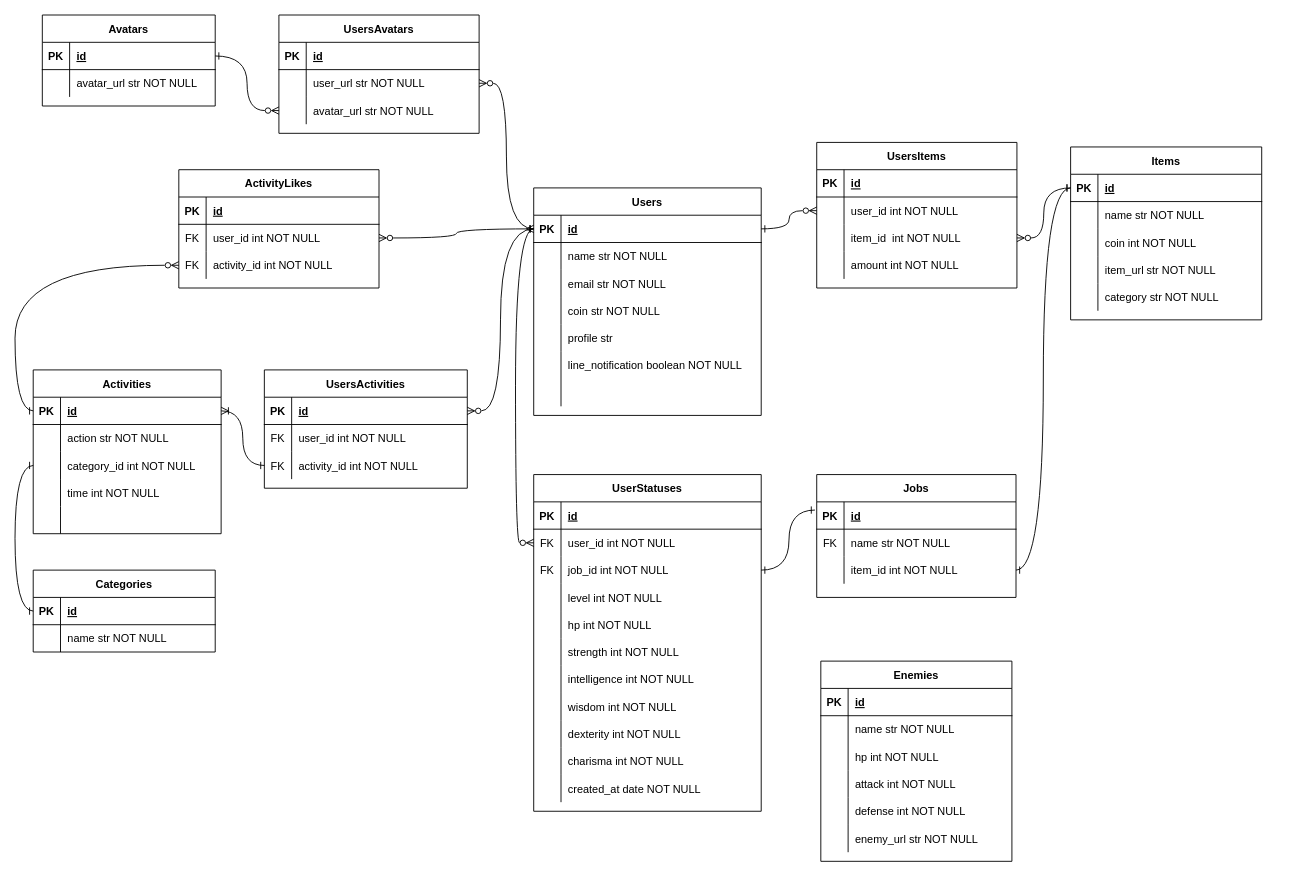
MaTTalv001/MAO_the_3rd_Day keeps this draw.io diagram as MAO_ER.drawio. Above is the earlier version. Source tidied: cells renumbered, new cells numbered last; positions are measured from the earlier drawing's top-left corner, leaving out a move shared by most shapes. Both pictures are drawn from the tidied source at 91%, with x=0, y=0 at pixel (33, 15).
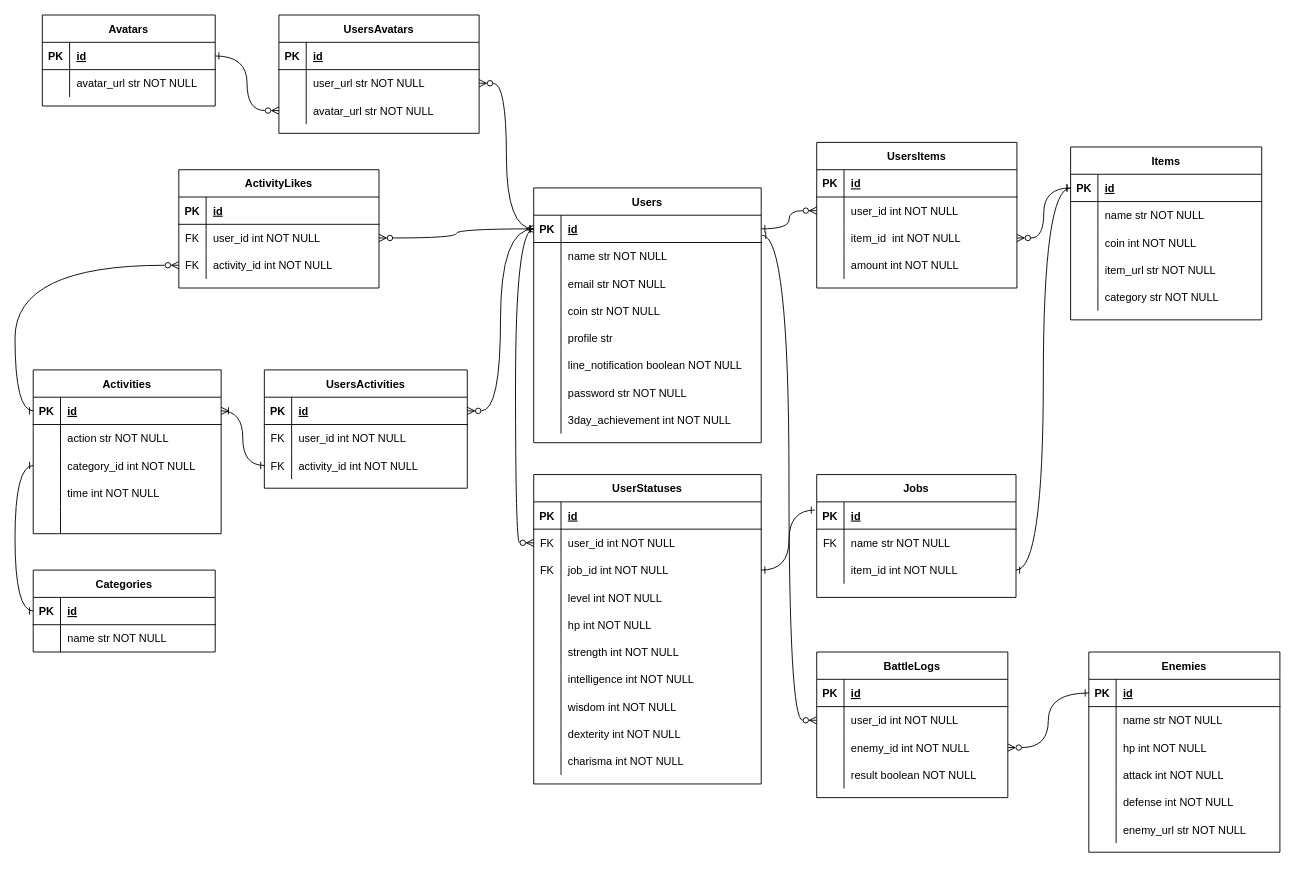
After the change.

Commit message:
MAO_ER.drawio を更新します

Unchanged cells that the change refers to:
```xml
<mxCell id="3" style="shape=partialRectangle;fillColor=none;points=[[0,0.5],[1,0.5]];portConstraint=eastwest;top=0;left=0;right=0;bottom=1;" parent="2" vertex="1">
  <mxGeometry y="30" width="250" height="30" as="geometry" />
</mxCell>
<mxCell id="21" style="shape=partialRectangle;fillColor=none;top=0;left=0;right=0;bottom=0;" parent="2" vertex="1">
  <mxGeometry y="210" width="250" height="30" as="geometry" />
</mxCell>
<mxCell id="115" style="shape=partialRectangle;fillColor=none;points=[[0,0.5],[1,0.5]];portConstraint=eastwest;top=0;left=0;right=0;bottom=1;" parent="114" vertex="1">
  <mxGeometry y="30" width="210" height="30" as="geometry" />
</mxCell>
```

Change to the diagram source:
```diff
@@
     <mxCell id="2" value="Users" style="shape=table;startSize=30;childLayout=tableLayout;rowLines=0;fontStyle=1;align=center;" parent="1" vertex="1">
-      <mxGeometry x="550" y="190" width="250" height="250" as="geometry" />
+      <mxGeometry x="550" y="190" width="250" height="280" as="geometry" />
     </mxCell>
@@
-    <mxCell id="22" style="shape=partialRectangle;overflow=hidden;fillColor=none;top=0;left=0;bottom=0;right=0;" parent="21" vertex="1">
-      <mxGeometry width="30" height="30" as="geometry" />
-    </mxCell>
-    <mxCell id="23" style="shape=partialRectangle;overflow=hidden;fillColor=none;top=0;left=0;bottom=0;right=0;align=left;spacingLeft=6;" parent="21" vertex="1">
-      <mxGeometry x="30" width="220" height="30" as="geometry" />
-    </mxCell>
+    <mxCell id="188" style="shape=partialRectangle;overflow=hidden;fillColor=none;top=0;left=0;bottom=0;right=0;" parent="21" vertex="1">
+      <mxGeometry width="30" height="30" as="geometry" />
+    </mxCell>
+    <mxCell id="189" value="password str NOT NULL" style="shape=partialRectangle;overflow=hidden;fillColor=none;top=0;left=0;bottom=0;right=0;align=left;spacingLeft=6;" parent="21" vertex="1">
+      <mxGeometry x="30" width="220" height="30" as="geometry" />
+    </mxCell>
+    <mxCell id="190" style="shape=partialRectangle;fillColor=none;top=0;left=0;right=0;bottom=0;" parent="2" vertex="1">
+      <mxGeometry y="240" width="250" height="30" as="geometry" />
+    </mxCell>
+    <mxCell id="191" style="shape=partialRectangle;overflow=hidden;fillColor=none;top=0;left=0;bottom=0;right=0;" parent="190" vertex="1">
+      <mxGeometry width="30" height="30" as="geometry" />
+    </mxCell>
+    <mxCell id="192" value="3day_achievement int NOT NULL" style="shape=partialRectangle;overflow=hidden;fillColor=none;top=0;left=0;bottom=0;right=0;align=left;spacingLeft=6;" parent="190" vertex="1">
+      <mxGeometry x="30" width="220" height="30" as="geometry" />
+    </mxCell>
     <mxCell id="24" value="UserStatuses" style="shape=table;startSize=30;childLayout=tableLayout;rowLines=0;fontStyle=1;align=center;" parent="1" vertex="1">
-      <mxGeometry x="550" y="505" width="250" height="370" as="geometry" />
+      <mxGeometry x="550" y="505" width="250" height="340" as="geometry" />
     </mxCell>
@@
-    <mxCell id="55" style="shape=partialRectangle;fillColor=none;top=0;left=0;right=0;bottom=0;" parent="24" vertex="1">
-      <mxGeometry y="330" width="250" height="30" as="geometry" />
-    </mxCell>
-    <mxCell id="56" style="shape=partialRectangle;overflow=hidden;fillColor=none;top=0;left=0;bottom=0;right=0;" parent="55" vertex="1">
-      <mxGeometry width="30" height="30" as="geometry" />
-    </mxCell>
-    <mxCell id="57" value="created_at date NOT NULL" style="shape=partialRectangle;overflow=hidden;fillColor=none;top=0;left=0;bottom=0;right=0;align=left;spacingLeft=6;" parent="55" vertex="1">
-      <mxGeometry x="30" width="220" height="30" as="geometry" />
-    </mxCell>
@@
     <mxCell id="114" value="Enemies" style="shape=table;startSize=30;childLayout=tableLayout;rowLines=0;fontStyle=1;align=center;" parent="1" vertex="1">
-      <mxGeometry x="865.5" y="710" width="210" height="220" as="geometry" />
+      <mxGeometry x="1160" y="700" width="210" height="220" as="geometry" />
     </mxCell>
@@
+    <mxCell id="193" value="BattleLogs" style="shape=table;startSize=30;childLayout=tableLayout;rowLines=0;fontStyle=1;align=center;" parent="1" vertex="1">
+      <mxGeometry x="861" y="700" width="210" height="160" as="geometry" />
+    </mxCell>
+    <mxCell id="194" style="shape=partialRectangle;fillColor=none;top=0;left=0;right=0;bottom=1;" parent="193" vertex="1">
+      <mxGeometry y="30" width="210" height="30" as="geometry" />
+    </mxCell>
+    <mxCell id="195" value="PK" style="shape=partialRectangle;overflow=hidden;fillColor=none;top=0;left=0;bottom=0;right=0;fontStyle=1;" parent="194" vertex="1">
+      <mxGeometry width="30" height="30" as="geometry" />
+    </mxCell>
+    <mxCell id="196" value="id" style="shape=partialRectangle;overflow=hidden;fillColor=none;top=0;left=0;bottom=0;right=0;align=left;spacingLeft=6;fontStyle=5;" parent="194" vertex="1">
+      <mxGeometry x="30" width="180" height="30" as="geometry" />
+    </mxCell>
+    <mxCell id="197" style="shape=partialRectangle;fillColor=none;points=[[0,0.5],[1,0.5]];portConstraint=eastwest;top=0;left=0;right=0;bottom=0;" parent="193" vertex="1">
+      <mxGeometry y="60" width="210" height="30" as="geometry" />
+    </mxCell>
+    <mxCell id="198" style="shape=partialRectangle;overflow=hidden;fillColor=none;top=0;left=0;bottom=0;right=0;" parent="197" vertex="1">
+      <mxGeometry width="30" height="30" as="geometry" />
+    </mxCell>
+    <mxCell id="199" value="user_id int NOT NULL" style="shape=partialRectangle;overflow=hidden;fillColor=none;top=0;left=0;bottom=0;right=0;align=left;spacingLeft=6;" parent="197" vertex="1">
+      <mxGeometry x="30" width="180" height="30" as="geometry" />
+    </mxCell>
+    <mxCell id="200" style="shape=partialRectangle;fillColor=none;points=[[0,0.5],[1,0.5]];portConstraint=eastwest;top=0;left=0;right=0;bottom=0;" parent="193" vertex="1">
+      <mxGeometry y="90" width="210" height="30" as="geometry" />
+    </mxCell>
+    <mxCell id="201" style="shape=partialRectangle;overflow=hidden;fillColor=none;top=0;left=0;bottom=0;right=0;" parent="200" vertex="1">
+      <mxGeometry width="30" height="30" as="geometry" />
+    </mxCell>
+    <mxCell id="202" value="enemy_id int NOT NULL" style="shape=partialRectangle;overflow=hidden;fillColor=none;top=0;left=0;bottom=0;right=0;align=left;spacingLeft=6;" parent="200" vertex="1">
+      <mxGeometry x="30" width="180" height="30" as="geometry" />
+    </mxCell>
+    <mxCell id="203" style="shape=partialRectangle;fillColor=none;top=0;left=0;right=0;bottom=0;" parent="193" vertex="1">
+      <mxGeometry y="120" width="210" height="30" as="geometry" />
+    </mxCell>
+    <mxCell id="204" style="shape=partialRectangle;overflow=hidden;fillColor=none;top=0;left=0;bottom=0;right=0;" parent="203" vertex="1">
+      <mxGeometry width="30" height="30" as="geometry" />
+    </mxCell>
+    <mxCell id="205" value="result boolean NOT NULL" style="shape=partialRectangle;overflow=hidden;fillColor=none;top=0;left=0;bottom=0;right=0;align=left;spacingLeft=6;" parent="203" vertex="1">
+      <mxGeometry x="30" width="180" height="30" as="geometry" />
+    </mxCell>
+    <mxCell id="206" style="edgeStyle=orthogonalEdgeStyle;rounded=0;jettySize=auto;html=1;exitX=1;exitY=0.5;exitDx=0;exitDy=0;entryX=0;entryY=0.5;entryDx=0;entryDy=0;curved=1;startArrow=ERzeroToMany;startFill=0;endArrow=ERone;endFill=0;" parent="1" edge="1" source="200" target="115">
+      <mxGeometry relative="1" as="geometry" />
+    </mxCell>
+    <mxCell id="207" style="edgeStyle=orthogonalEdgeStyle;rounded=0;jettySize=auto;html=1;exitX=0;exitY=0.5;exitDx=0;exitDy=0;entryX=1.004;entryY=0.733;entryDx=0;entryDy=0;entryPerimeter=0;curved=1;startArrow=ERzeroToMany;startFill=0;endArrow=ERone;endFill=0;" parent="1" edge="1" source="197" target="3">
+      <mxGeometry relative="1" as="geometry" />
+    </mxCell>
```
